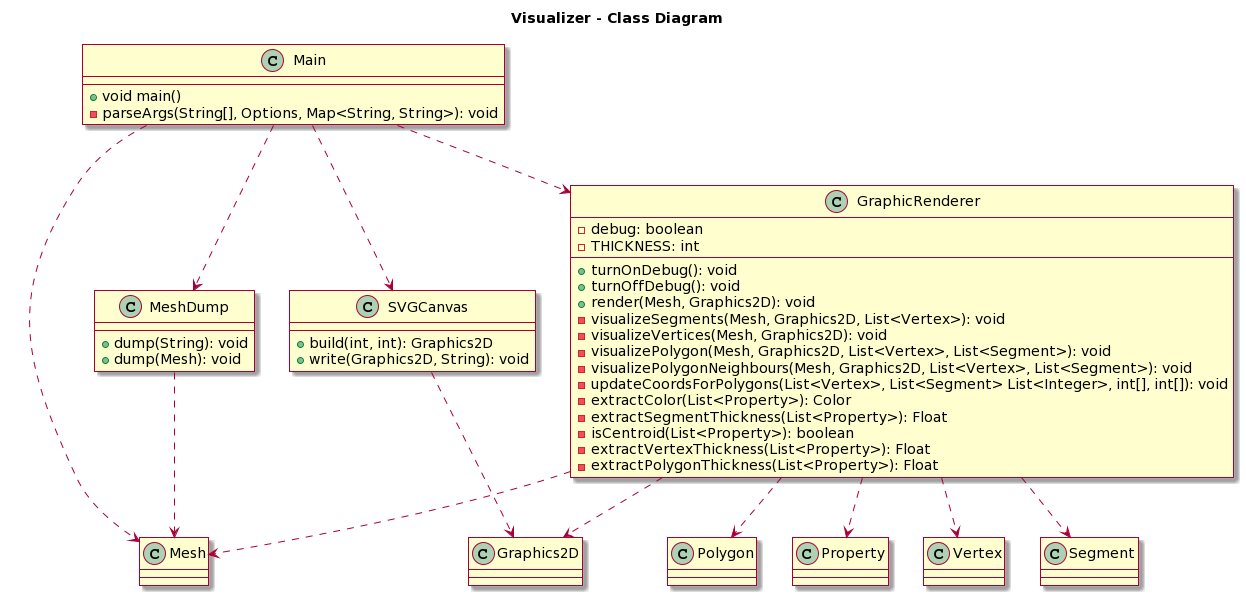
The PlantUML diagram umlDiagrams/part2Visualizer.png in itshady/Island-Generator, before a commit.
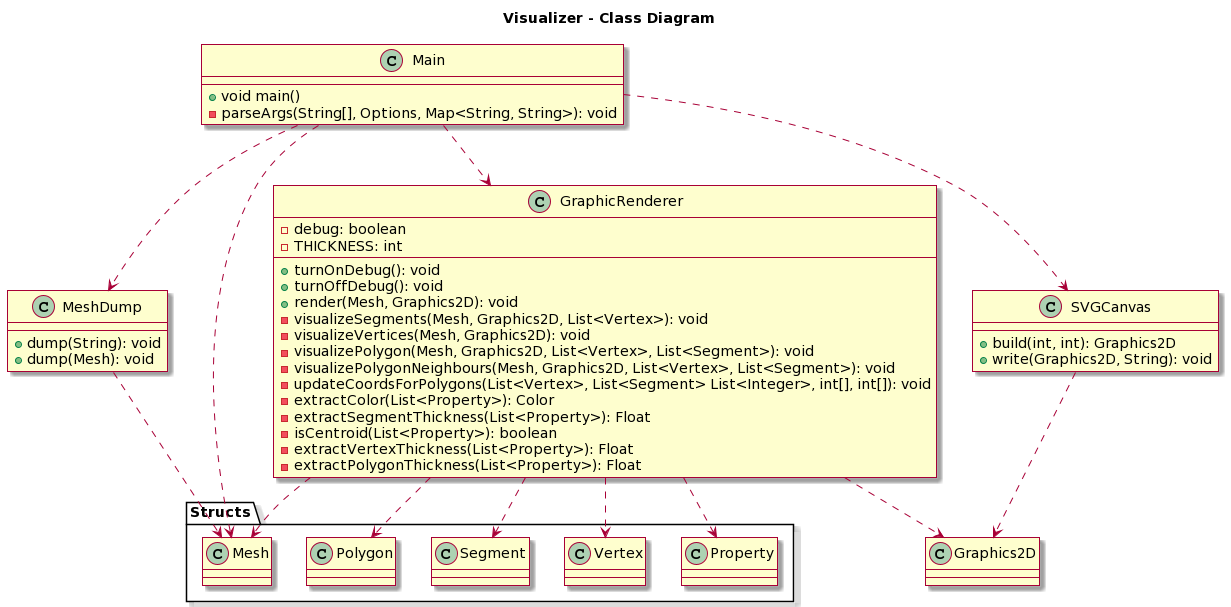
After the commit.

Commit message:
Re-edited the visualizer uml

The edit, as a diff of the source:
```diff
@@ -36,15 +36,15 @@
 }
 
 Main ..> GraphicRenderer
-Main ..> Mesh
+Main ..> Structs.Mesh
 Main ..> MeshDump
 Main ..> SVGCanvas
-GraphicRenderer ..> Mesh
+GraphicRenderer ..> Structs.Mesh
 GraphicRenderer ..> Graphics2D
-GraphicRenderer ..> Vertex
-GraphicRenderer ..> Segment
-GraphicRenderer ..> Polygon
-GraphicRenderer ..> Property
+GraphicRenderer ..> Structs.Vertex
+GraphicRenderer ..> Structs.Segment
+GraphicRenderer ..> Structs.Polygon
+GraphicRenderer ..> Structs.Property
 SVGCanvas ..> Graphics2D
-MeshDump ..> Mesh
+MeshDump ..> Structs.Mesh
 @enduml
```
